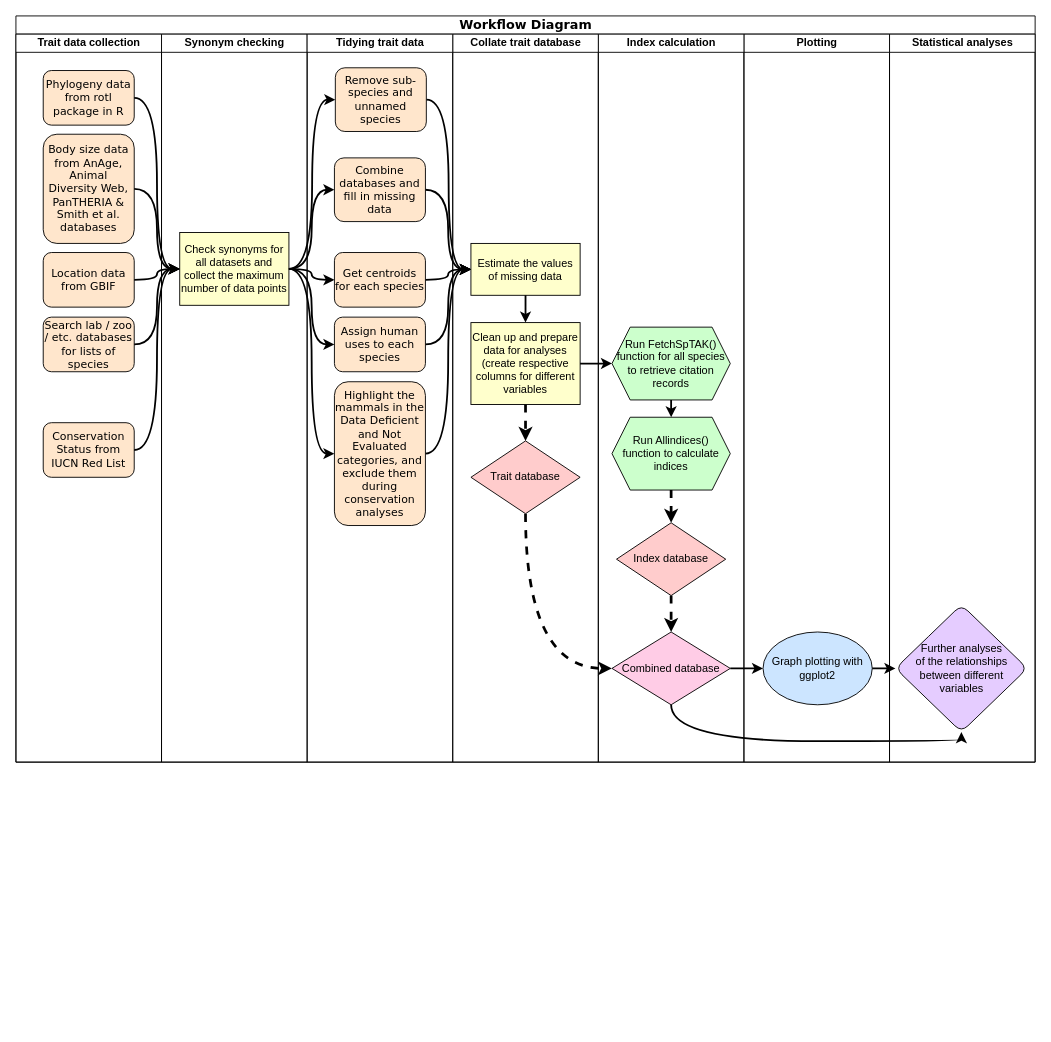
The draw.io diagram outputs/Workflow diagram.drawio in jessicatytam/honours, before the edit. Source tidied: cells renumbered, new cells numbered last; positions are measured from the earlier drawing's top-left corner, leaving out a move shared by most shapes. Both pictures are drawn from the tidied source at 91%, with x=0, y=0 at pixel (15, 15).
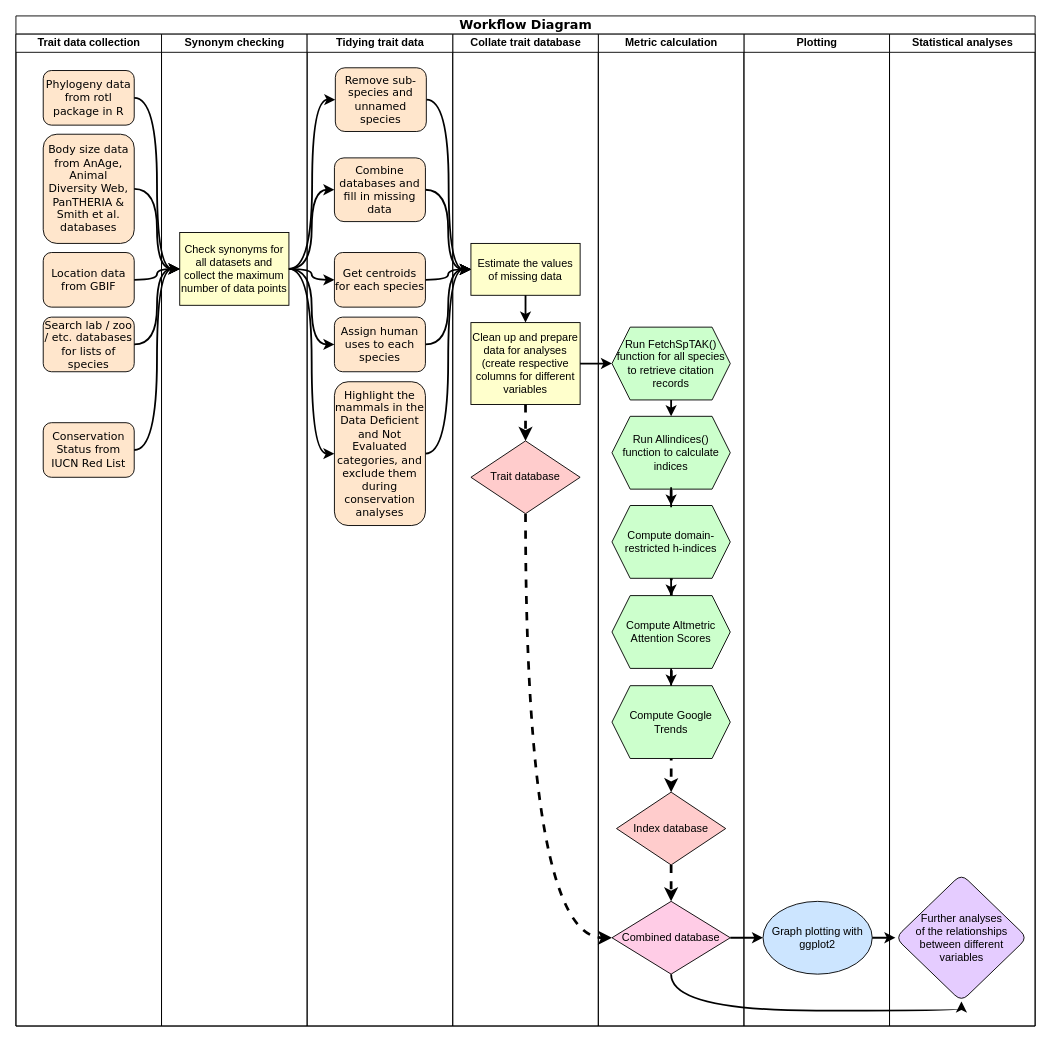
The same diagram, later.

Commit message (it also covers changes not shown here):
updated workflow diagram for proposal

The change refers to these unchanged cells:
```xml
<mxCell id="33" value="Trait database" style="rhombus;whiteSpace=wrap;html=1;fillColor=#FFCCCC;" parent="28" vertex="1">
  <mxGeometry x="20" y="447" width="120" height="80" as="geometry" />
</mxCell>
```

Diff of the diagram source:
```diff
@@
     <mxCell id="2" value="&lt;font style=&quot;font-size: 14px&quot;&gt;Workflow Diagram&lt;/font&gt;" style="swimlane;html=1;startSize=20;rounded=0;shadow=0;labelBackgroundColor=none;strokeWidth=1;fontFamily=Verdana;fontSize=8;align=center;" parent="1" vertex="1">
-      <mxGeometry width="1120" height="820" as="geometry" />
+      <mxGeometry width="1120" height="1110" as="geometry" />
     </mxCell>
     <mxCell id="3" value="Trait data collection" style="swimlane;html=1;startSize=20;" parent="2" vertex="1">
-      <mxGeometry y="20" width="160" height="800" as="geometry" />
+      <mxGeometry y="20" width="160" height="1090" as="geometry" />
     </mxCell>
@@
     <mxCell id="11" value="Synonym checking" style="swimlane;html=1;startSize=20;" parent="2" vertex="1">
-      <mxGeometry x="160" y="20" width="160" height="800" as="geometry" />
+      <mxGeometry x="160" y="20" width="160" height="1090" as="geometry" />
     </mxCell>
@@
     <mxCell id="16" value="Statistical analyses" style="swimlane;html=1;startSize=20;" parent="1" vertex="1">
-      <mxGeometry x="960" y="20" width="160" height="800" as="geometry" />
+      <mxGeometry x="960" y="20" width="160" height="1090" as="geometry" />
     </mxCell>
     <mxCell id="17" value="&lt;span&gt;Further analyses&lt;/span&gt;&lt;br&gt;&lt;span&gt;of the relationships&lt;/span&gt;&lt;br&gt;&lt;span&gt;between different variables&lt;/span&gt;" style="rhombus;whiteSpace=wrap;html=1;fillColor=#E5CCFF;rounded=1;" parent="16" vertex="1">
-      <mxGeometry x="6.5" y="627" width="145" height="140" as="geometry" />
+      <mxGeometry x="6.5" y="923" width="145" height="140" as="geometry" />
     </mxCell>
     <mxCell id="18" value="Plotting" style="swimlane;html=1;startSize=20;" parent="1" vertex="1">
-      <mxGeometry x="800" y="20" width="160" height="800" as="geometry" />
+      <mxGeometry x="800" y="20" width="160" height="1090" as="geometry" />
     </mxCell>
     <mxCell id="19" value="Graph plotting with ggplot2" style="ellipse;whiteSpace=wrap;html=1;fillColor=#CCE5FF;" parent="18" vertex="1">
-      <mxGeometry x="21" y="657" width="120" height="80" as="geometry" />
+      <mxGeometry x="21" y="953" width="120" height="80" as="geometry" />
     </mxCell>
-    <mxCell id="20" value="Index calculation" style="swimlane;html=1;startSize=20;" parent="1" vertex="1">
-      <mxGeometry x="640" y="20" width="160" height="800" as="geometry" />
+    <mxCell id="20" value="Metric calculation" style="swimlane;html=1;startSize=20;" parent="1" vertex="1">
+      <mxGeometry x="640" y="20" width="160" height="1090" as="geometry" />
     </mxCell>
@@
     <mxCell id="24" value="Run Allindices() function to calculate indices" style="shape=hexagon;perimeter=hexagonPerimeter2;whiteSpace=wrap;html=1;fixedSize=1;rounded=0;fillColor=#CCFFCC;" parent="20" vertex="1">
-      <mxGeometry x="15" y="421" width="130" height="80" as="geometry" />
+      <mxGeometry x="15" y="420" width="130" height="80" as="geometry" />
     </mxCell>
@@
     <mxCell id="26" value="Combined database" style="rhombus;whiteSpace=wrap;html=1;fillColor=#FFCCE6;" parent="20" vertex="1">
-      <mxGeometry x="15" y="657" width="130" height="80" as="geometry" />
+      <mxGeometry x="15" y="953" width="130" height="80" as="geometry" />
     </mxCell>
     <mxCell id="27" value="Index database" style="rhombus;whiteSpace=wrap;html=1;fillColor=#FFCCCC;" parent="20" vertex="1">
-      <mxGeometry x="20" y="537" width="120" height="80" as="geometry" />
+      <mxGeometry x="20" y="833" width="120" height="80" as="geometry" />
     </mxCell>
     <mxCell id="28" value="Collate trait database" style="swimlane;html=1;startSize=20;horizontal=1;" parent="1" vertex="1">
-      <mxGeometry x="480" y="20" width="160" height="800" as="geometry" />
+      <mxGeometry x="480" y="20" width="160" height="1090" as="geometry" />
     </mxCell>
@@
     <mxCell id="34" value="Tidying trait data" style="swimlane;html=1;startSize=20;" parent="1" vertex="1">
-      <mxGeometry x="320" y="20" width="160" height="800" as="geometry" />
+      <mxGeometry x="320" y="20" width="160" height="1090" as="geometry" />
     </mxCell>
@@
     <mxCell id="36" style="edgeStyle=orthogonalEdgeStyle;curved=1;rounded=0;jettySize=auto;html=1;strokeWidth=2;entryX=0.5;entryY=1;entryDx=0;entryDy=0;exitX=0.5;exitY=1;exitDx=0;exitDy=0;" parent="1" edge="1" source="26" target="17">
       <mxGeometry relative="1" as="geometry">
         <Array as="points">
-          <mxPoint x="720" y="797" />
-          <mxPoint x="1039" y="797" />
+          <mxPoint x="720" y="1093" />
+          <mxPoint x="1039" y="1093" />
         </Array>
       </mxGeometry>
     </mxCell>
@@
     <mxCell id="39" style="edgeStyle=orthogonalEdgeStyle;curved=1;rounded=0;jettySize=auto;html=1;dashed=1;strokeWidth=3;entryX=0;entryY=0.5;entryDx=0;entryDy=0;exitX=0.5;exitY=1;exitDx=0;exitDy=0;" parent="1" edge="1" source="33" target="26">
       <mxGeometry relative="1" as="geometry">
         <Array as="points">
-          <mxPoint x="560" y="717" />
+          <mxPoint x="560" y="1013" />
         </Array>
       </mxGeometry>
     </mxCell>
@@
+    <mxCell id="55" style="edgeStyle=orthogonalEdgeStyle;rounded=0;jettySize=auto;html=1;strokeWidth=2;" parent="1" edge="1" source="56" target="59">
+      <mxGeometry relative="1" as="geometry" />
+    </mxCell>
+    <mxCell id="56" value="Compute domain-restricted h-indices" style="shape=hexagon;perimeter=hexagonPerimeter2;whiteSpace=wrap;html=1;fixedSize=1;rounded=0;fillColor=#CCFFCC;" parent="1" vertex="1">
+      <mxGeometry x="655" y="538" width="130" height="80" as="geometry" />
+    </mxCell>
+    <mxCell id="57" style="edgeStyle=orthogonalEdgeStyle;rounded=0;jettySize=auto;html=1;strokeWidth=2;" parent="1" edge="1" source="24" target="56">
+      <mxGeometry relative="1" as="geometry" />
+    </mxCell>
+    <mxCell id="58" style="edgeStyle=orthogonalEdgeStyle;rounded=0;jettySize=auto;html=1;strokeWidth=2;" parent="1" edge="1" source="59" target="60">
+      <mxGeometry relative="1" as="geometry" />
+    </mxCell>
+    <mxCell id="59" value="Compute Altmetric Attention Scores" style="shape=hexagon;perimeter=hexagonPerimeter2;whiteSpace=wrap;html=1;fixedSize=1;rounded=0;fillColor=#CCFFCC;" parent="1" vertex="1">
+      <mxGeometry x="655" y="637" width="130" height="80" as="geometry" />
+    </mxCell>
+    <mxCell id="60" value="Compute Google Trends" style="shape=hexagon;perimeter=hexagonPerimeter2;whiteSpace=wrap;html=1;fixedSize=1;rounded=0;fillColor=#CCFFCC;" parent="1" vertex="1">
+      <mxGeometry x="655" y="736" width="130" height="80" as="geometry" />
+    </mxCell>
```
